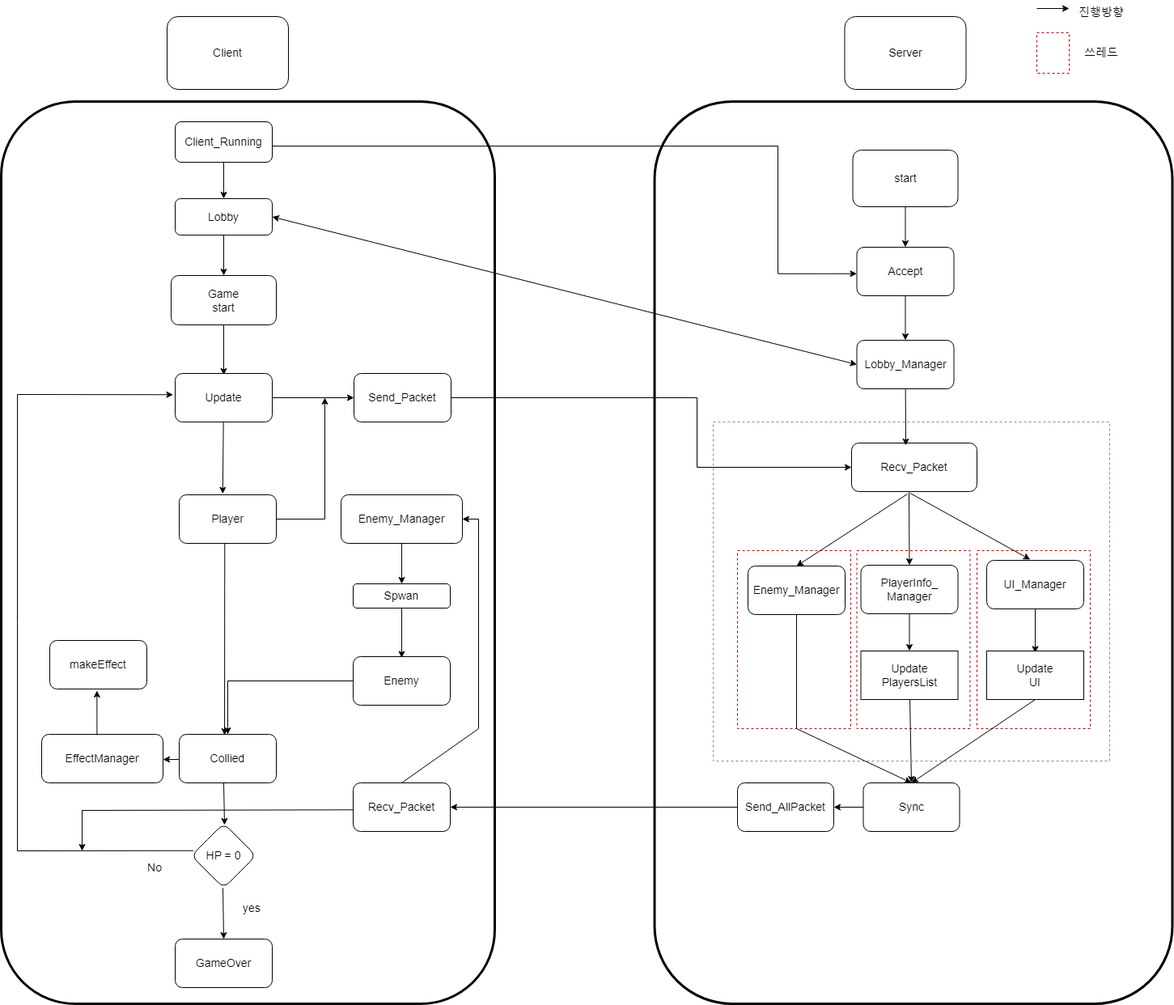
This is drawing/high_level_image.png from lhb0269/NetGameProject, a draw.io export, as it was before one commit. Source tidied: cells renumbered, new cells last; positions are measured from the earlier drawing's top-left corner, leaving out a move shared by most shapes.
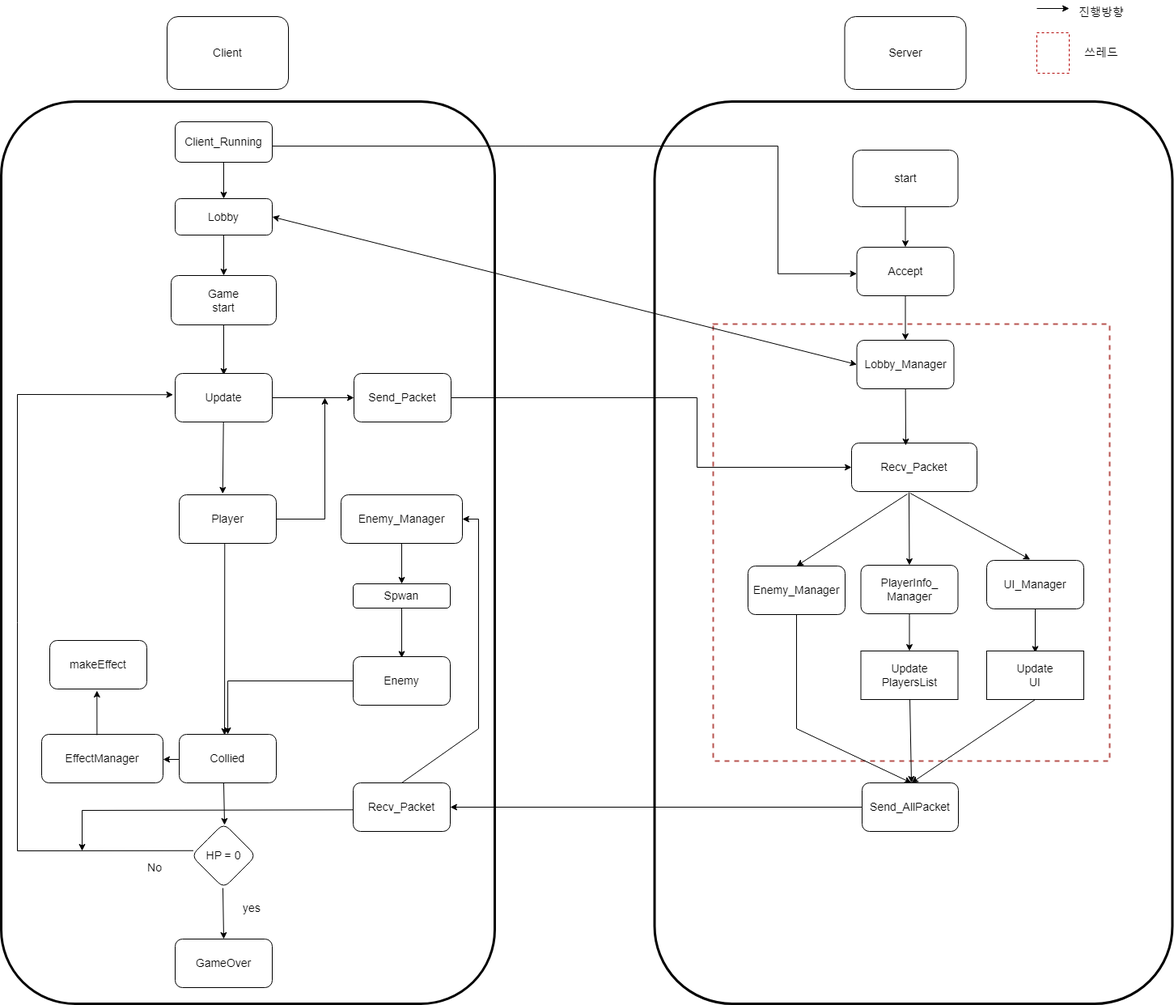
After the change.

Commit message:
update hight_level

What changed in the source:
```diff
@@ -5,18 +5,12 @@
     <mxCell id="2" style="rounded=1;whiteSpace=wrap;html=1;strokeWidth=3;fillColor=none;fontFamily=Helvetica;fontSize=14;" parent="1" vertex="1">
       <mxGeometry x="807.5" y="125" width="640" height="1115" as="geometry" />
     </mxCell>
+    <mxCell id="74" style="rounded=0;whiteSpace=wrap;html=1;strokeWidth=2;fontFamily=Helvetica;fontSize=14;fillColor=none;dashed=1;strokeColor=#b85450;" parent="1" vertex="1">
+      <mxGeometry x="880" y="400" width="490" height="540" as="geometry" />
+    </mxCell>
     <mxCell id="3" style="rounded=1;whiteSpace=wrap;html=1;fillColor=none;strokeWidth=3;fontFamily=Helvetica;fontSize=14;" parent="1" vertex="1">
       <mxGeometry y="125" width="610" height="1115" as="geometry" />
     </mxCell>
-    <mxCell id="4" style="rounded=0;whiteSpace=wrap;html=1;strokeWidth=1;fontFamily=Helvetica;fontSize=14;fillColor=none;dashed=1;strokeColor=#B20000;fontColor=#ffffff;" parent="1" vertex="1">
-      <mxGeometry x="910" y="680" width="140" height="220" as="geometry" />
-    </mxCell>
-    <mxCell id="5" style="rounded=0;whiteSpace=wrap;html=1;strokeWidth=1;fontFamily=Helvetica;fontSize=14;fillColor=none;dashed=1;strokeColor=#B20000;fontColor=#ffffff;" parent="1" vertex="1">
-      <mxGeometry x="1057.5" y="680" width="140" height="220" as="geometry" />
-    </mxCell>
-    <mxCell id="6" style="rounded=0;whiteSpace=wrap;html=1;strokeWidth=1;fontFamily=Helvetica;fontSize=14;fillColor=none;dashed=1;strokeColor=#B20000;fontColor=#ffffff;" parent="1" vertex="1">
-      <mxGeometry x="1206" y="680" width="140" height="220" as="geometry" />
-    </mxCell>
     <mxCell id="7" value="&lt;font style=&quot;font-size: 14px;&quot;&gt;Client&lt;/font&gt;" style="rounded=1;whiteSpace=wrap;html=1;fontFamily=Helvetica;fontSize=14;" parent="1" vertex="1">
       <mxGeometry x="205" y="20" width="150" height="90" as="geometry" />
     </mxCell>
@@ -155,14 +149,17 @@
     <mxCell id="45" value="Accept" style="rounded=1;whiteSpace=wrap;html=1;fontFamily=Helvetica;fontSize=14;" parent="1" vertex="1">
       <mxGeometry x="1057.5" y="305" width="120" height="60" as="geometry" />
     </mxCell>
-    <mxCell id="46" style="edgeStyle=none;rounded=0;jettySize=auto;html=1;entryX=0.5;entryY=0;entryDx=0;entryDy=0;strokeColor=default;fontFamily=Helvetica;fontSize=14;sourcePerimeterSpacing=0;" parent="1" edge="1" source="47" target="68">
-      <mxGeometry relative="1" as="geometry" />
+    <mxCell id="46" style="edgeStyle=none;rounded=0;jettySize=auto;html=1;entryX=0.5;entryY=0;entryDx=0;entryDy=0;strokeColor=default;fontFamily=Helvetica;fontSize=14;sourcePerimeterSpacing=0;" parent="1" edge="1" source="47">
+      <mxGeometry relative="1" as="geometry">
+        <mxPoint x="1125" y="967" as="targetPoint" />
+      </mxGeometry>
     </mxCell>
     <mxCell id="47" value="Update&lt;br style=&quot;font-size: 14px;&quot;&gt;PlayersList" style="rounded=0;whiteSpace=wrap;html=1;fontFamily=Helvetica;fontSize=14;" parent="1" vertex="1">
       <mxGeometry x="1062.5" y="804" width="120" height="60" as="geometry" />
     </mxCell>
-    <mxCell id="48" style="edgeStyle=none;rounded=0;jettySize=auto;html=1;entryX=0.5;entryY=0;entryDx=0;entryDy=0;strokeColor=default;fontFamily=Helvetica;fontSize=14;sourcePerimeterSpacing=0;exitX=0.5;exitY=1;exitDx=0;exitDy=0;" parent="1" edge="1" source="49" target="68">
+    <mxCell id="48" style="edgeStyle=none;rounded=0;jettySize=auto;html=1;entryX=0.5;entryY=0;entryDx=0;entryDy=0;strokeColor=default;fontFamily=Helvetica;fontSize=14;sourcePerimeterSpacing=0;exitX=0.5;exitY=1;exitDx=0;exitDy=0;" parent="1" edge="1" source="49">
       <mxGeometry relative="1" as="geometry">
+        <mxPoint x="1125" y="967" as="targetPoint" />
         <Array as="points">
           <mxPoint x="983" y="900" />
         </Array>
@@ -177,8 +174,10 @@
     <mxCell id="51" value="Enemy" style="rounded=1;whiteSpace=wrap;html=1;fontFamily=Helvetica;fontSize=14;" parent="1" vertex="1">
       <mxGeometry x="435" y="811" width="120" height="60" as="geometry" />
     </mxCell>
-    <mxCell id="52" style="edgeStyle=none;rounded=0;jettySize=auto;html=1;entryX=0.5;entryY=0;entryDx=0;entryDy=0;strokeColor=default;fontFamily=Helvetica;fontSize=14;sourcePerimeterSpacing=0;exitX=0.5;exitY=1;exitDx=0;exitDy=0;" parent="1" edge="1" source="53" target="68">
-      <mxGeometry relative="1" as="geometry" />
+    <mxCell id="52" style="edgeStyle=none;rounded=0;jettySize=auto;html=1;entryX=0.5;entryY=0;entryDx=0;entryDy=0;strokeColor=default;fontFamily=Helvetica;fontSize=14;sourcePerimeterSpacing=0;exitX=0.5;exitY=1;exitDx=0;exitDy=0;" parent="1" edge="1" source="53">
+      <mxGeometry relative="1" as="geometry">
+        <mxPoint x="1125" y="967" as="targetPoint" />
+      </mxGeometry>
     </mxCell>
     <mxCell id="53" value="Update&lt;br style=&quot;font-size: 14px;&quot;&gt;UI" style="rounded=0;whiteSpace=wrap;html=1;fontFamily=Helvetica;fontSize=14;" parent="1" vertex="1">
       <mxGeometry x="1218" y="804" width="120" height="60" as="geometry" />
@@ -239,12 +238,6 @@
     <mxCell id="66" style="edgeStyle=none;rounded=0;jettySize=auto;html=1;entryX=1;entryY=0.5;entryDx=0;entryDy=0;strokeColor=default;fontFamily=Helvetica;fontSize=14;sourcePerimeterSpacing=0;exitX=0;exitY=0.5;exitDx=0;exitDy=0;" parent="1" edge="1" source="73" target="55">
       <mxGeometry relative="1" as="geometry" />
     </mxCell>
-    <mxCell id="67" style="edgeStyle=none;rounded=0;jettySize=auto;html=1;exitX=0;exitY=0.5;exitDx=0;exitDy=0;entryX=1;entryY=0.5;entryDx=0;entryDy=0;strokeColor=default;fontFamily=Helvetica;fontSize=14;sourcePerimeterSpacing=0;" parent="1" edge="1" source="68" target="73">
-      <mxGeometry relative="1" as="geometry" />
-    </mxCell>
-    <mxCell id="68" value="Sync" style="rounded=1;whiteSpace=wrap;html=1;strokeWidth=1;fontFamily=Helvetica;fontSize=14;fillColor=none;" parent="1" vertex="1">
-      <mxGeometry x="1065.5" y="967" width="119" height="60" as="geometry" />
-    </mxCell>
     <mxCell id="69" style="rounded=0;whiteSpace=wrap;html=1;strokeWidth=1;fontFamily=Helvetica;fontSize=14;fillColor=none;dashed=1;strokeColor=#B20000;fontColor=#ffffff;" parent="1" vertex="1">
       <mxGeometry x="1280" y="40" width="40" height="50" as="geometry" />
     </mxCell>
@@ -261,10 +254,7 @@
       <mxGeometry x="1330" width="60" height="30" as="geometry" />
     </mxCell>
     <mxCell id="73" value="Send_AllPacket" style="rounded=1;whiteSpace=wrap;html=1;strokeWidth=1;fontFamily=Helvetica;fontSize=14;fillColor=none;" parent="1" vertex="1">
-      <mxGeometry x="910" y="967" width="119" height="60" as="geometry" />
+      <mxGeometry x="1064" y="967" width="119" height="60" as="geometry" />
     </mxCell>
-    <mxCell id="74" style="rounded=0;whiteSpace=wrap;html=1;strokeWidth=1;fontFamily=Helvetica;fontSize=14;fillColor=none;dashed=1;strokeColor=#6c8ebf;" parent="1" vertex="1">
-      <mxGeometry x="880" y="521" width="490" height="419" as="geometry" />
-    </mxCell>
   </root>
 </mxGraphModel>
```
